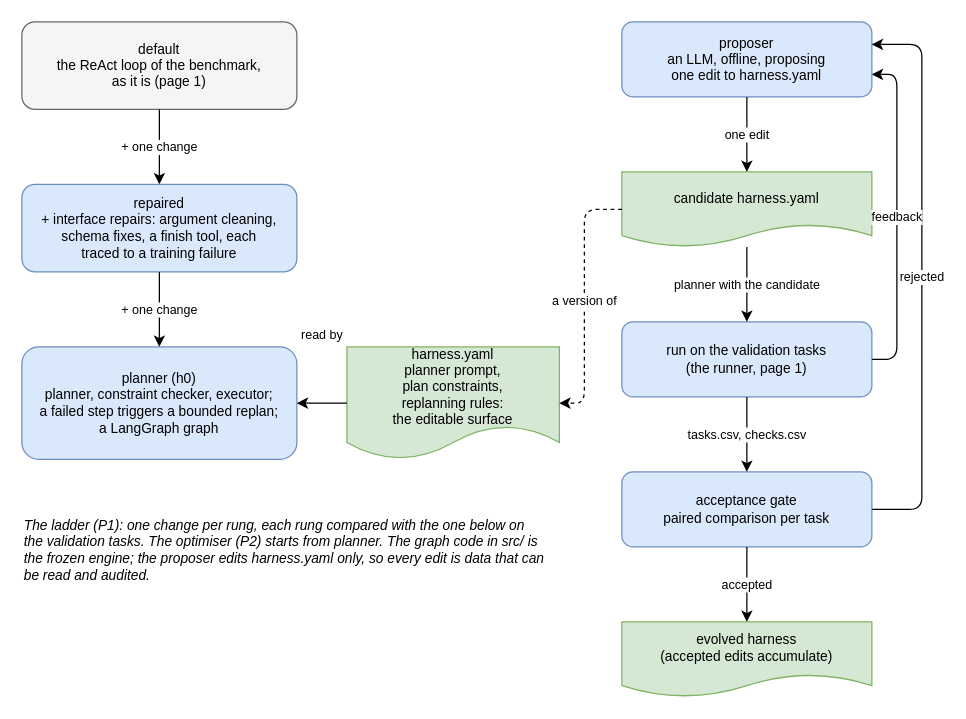
Earlier version of the draw.io diagram page "The ladder and the optimiser" (2 of 2) of docs/figures/architecture.drawio (muck-or-mack/mas-optimiser). Source tidied: cells renumbered, new cells numbered last; positions are measured from the earlier drawing's top-left corner, leaving out a move shared by most shapes. Both pictures are drawn from the tidied source at 125%, with x=0, y=0 at pixel (21, 21).
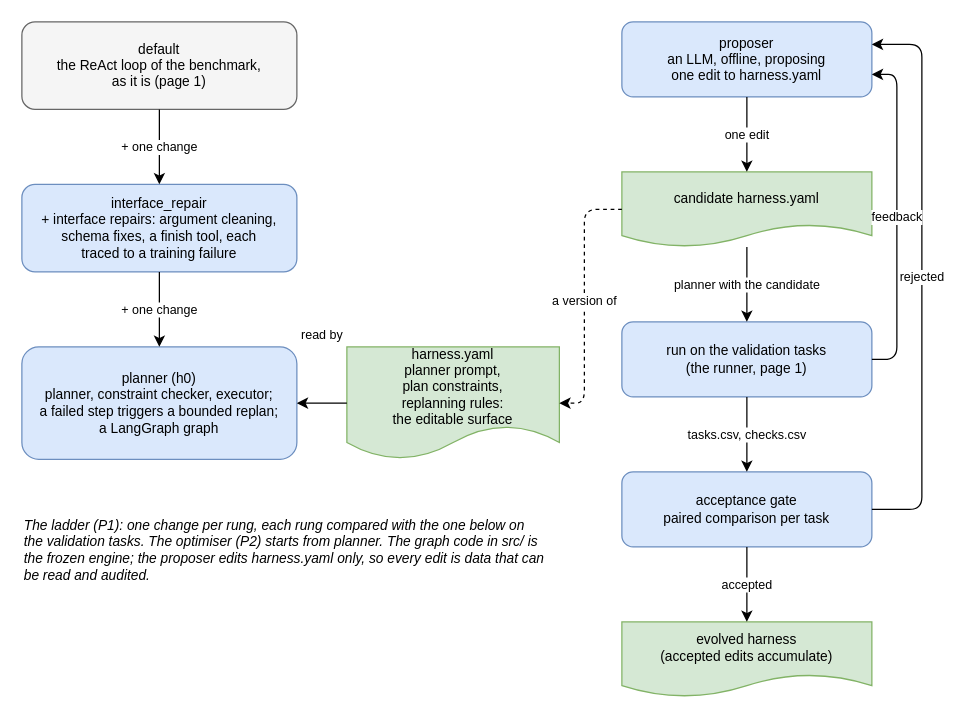
Above is the later version.

Diff of the diagram source:
```diff
@@
-    <mxCell id="3" value="repaired&lt;br&gt;+ interface repairs: argument cleaning,&lt;br&gt;schema fixes, a finish tool, each&lt;br&gt;traced to a training failure" style="rounded=1;fillColor=#dae8fc;strokeColor=#6c8ebf;fontSize=11;whiteSpace=wrap;html=1;" parent="1" vertex="1">
+    <mxCell id="3" value="interface_repair&lt;br&gt;+ interface repairs: argument cleaning,&lt;br&gt;schema fixes, a finish tool, each&lt;br&gt;traced to a training failure" style="rounded=1;fillColor=#dae8fc;strokeColor=#6c8ebf;fontSize=11;whiteSpace=wrap;html=1;" parent="1" vertex="1">
       <mxGeometry y="130" width="220" height="70" as="geometry" />
     </mxCell>
```
